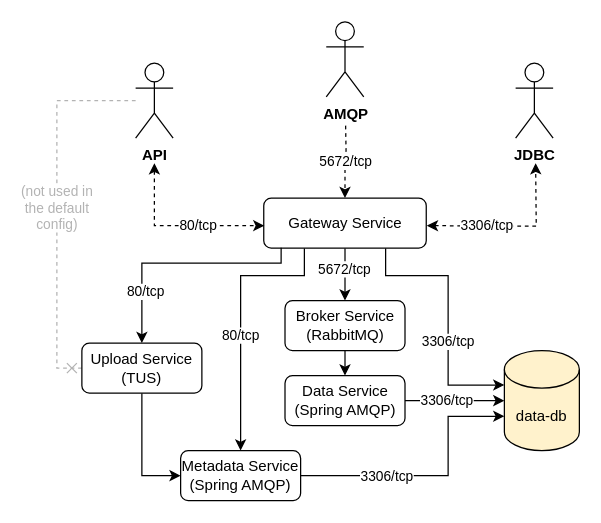
The draw.io diagram page "Data Ingest" (5 of 7) of .docs/images/architecture.drawio in DBRepo-Project/dbrepo, before the edit. Source tidied: cells renumbered, new cells numbered last; positions are measured from the earlier drawing's top-left corner, leaving out a move shared by most shapes. Both pictures are drawn from the tidied source at 125%, with x=0, y=0 at pixel (56, 21).
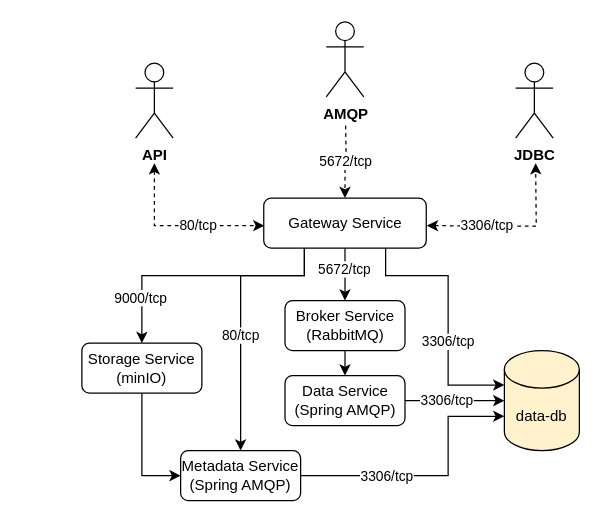
The same diagram, later.

The change refers to these unchanged cells:
```xml
<mxCell id="9" value="Gateway Service" style="rounded=1;whiteSpace=wrap;html=1;" parent="1" vertex="1">
  <mxGeometry x="165.5" y="141" width="130" height="40" as="geometry" />
</mxCell>
<mxCell id="13" value="&lt;b&gt;API&lt;/b&gt;" style="shape=umlActor;verticalLabelPosition=bottom;verticalAlign=top;html=1;outlineConnect=0;" parent="1" vertex="1">
  <mxGeometry x="63" y="33" width="30" height="60" as="geometry" />
</mxCell>
```

Diff of the diagram source:
```diff
@@
+    <mxCell id="28" style="edgeStyle=orthogonalEdgeStyle;rounded=0;jettySize=auto;html=1;exitX=0.25;exitY=1;exitDx=0;exitDy=0;entryX=0.5;entryY=0;entryDx=0;entryDy=0;" parent="1" edge="1" source="9" target="27">
+      <mxGeometry relative="1" as="geometry">
+        <Array as="points">
+          <mxPoint x="198" y="203" />
+          <mxPoint x="68" y="203" />
+        </Array>
+      </mxGeometry>
+    </mxCell>
+    <mxCell id="29" value="9000/tcp" style="edgeLabel;html=1;align=center;verticalAlign=middle;" parent="28" vertex="1">
+      <mxGeometry x="0.64" y="-2" relative="1" as="geometry" />
+    </mxCell>
@@
-    <mxCell id="12" value="&lt;font color=&quot;#b3b3b3&quot;&gt;(not used in&lt;br&gt;the default&lt;br&gt;config)&lt;/font&gt;" style="edgeStyle=orthogonalEdgeStyle;rounded=0;jettySize=auto;html=1;entryX=0;entryY=0.5;entryDx=0;entryDy=0;endArrow=cross;endFill=0;dashed=1;strokeColor=#B3B3B3;" parent="1" edge="1" source="13" target="27">
-      <mxGeometry relative="1" as="geometry">
-        <Array as="points">
-          <mxPoint y="63" />
-          <mxPoint y="277" />
-        </Array>
-      </mxGeometry>
-    </mxCell>
@@
-    <mxCell id="24" style="edgeStyle=orthogonalEdgeStyle;rounded=0;jettySize=auto;html=1;exitX=0.5;exitY=0;exitDx=0;exitDy=0;entryX=0.107;entryY=0.991;entryDx=0;entryDy=0;entryPerimeter=0;startArrow=classic;startFill=1;endArrow=none;endFill=0;" parent="1" edge="1" source="27" target="9">
-      <mxGeometry relative="1" as="geometry">
-        <Array as="points">
-          <mxPoint x="68" y="193" />
-          <mxPoint x="179" y="193" />
-        </Array>
-      </mxGeometry>
-    </mxCell>
-    <mxCell id="25" value="80/tcp" style="edgeLabel;html=1;align=center;verticalAlign=middle;" parent="24" vertex="1">
-      <mxGeometry x="-0.55" y="-2" relative="1" as="geometry" />
-    </mxCell>
@@
-    <mxCell id="27" value="Upload Service&lt;br&gt;(TUS)" style="rounded=1;whiteSpace=wrap;html=1;" parent="1" vertex="1">
+    <mxCell id="27" value="Storage Service&lt;br&gt;(minIO)" style="rounded=1;whiteSpace=wrap;html=1;" parent="1" vertex="1">
       <mxGeometry x="20" y="257" width="96" height="40" as="geometry" />
     </mxCell>
```
